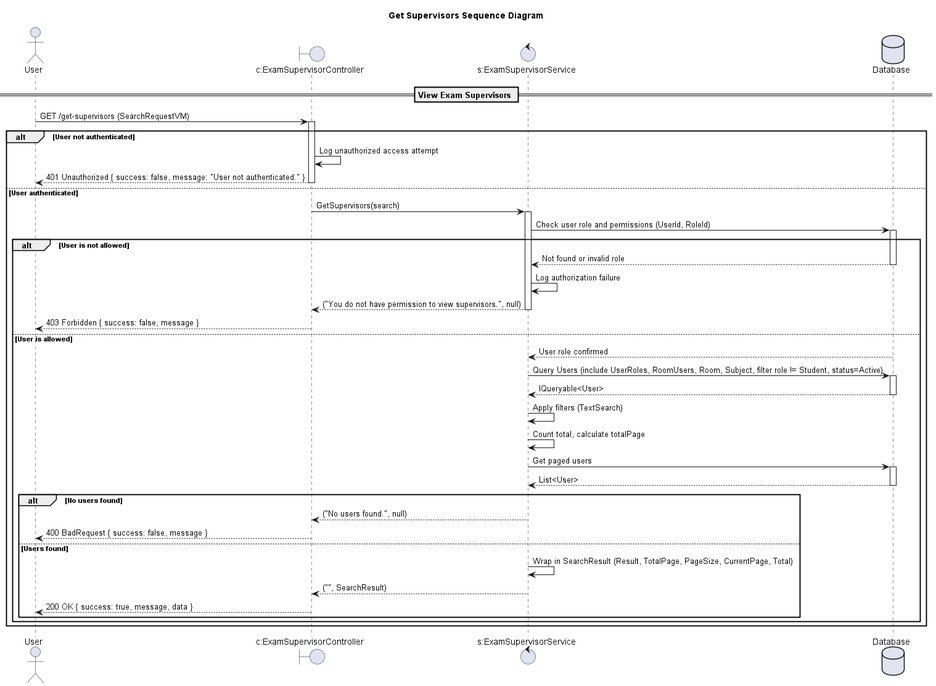
conghoan1211/AI-Kiosk-Testing-system keeps this PlantUML diagram as design/out/getsupervisorssequencediagram/getsupervisorssequencediagram.png. Above is the earlier version. Source of this version:
```plantuml
@startuml

title Get Supervisors Sequence Diagram

actor "User" as Client
boundary "c:ExamSupervisorController" as Controller
control "s:ExamSupervisorService" as Service
database "Database" as DB

== View Exam Supervisors ==

Client -> Controller: GET /get-supervisors (SearchRequestVM)
activate Controller

alt User not authenticated
    Controller -> Controller: Log unauthorized access attempt
    Controller --> Client: 401 Unauthorized { success: false, message: "User not authenticated." }
    deactivate Controller
else User authenticated
    Controller -> Service: GetSupervisors(search)
    activate Service

    Service -> DB: Check user role and permissions (UserId, RoleId)
    activate DB
    alt User is not allowed
        DB --> Service: Not found or invalid role
        deactivate DB
        Service -> Service: Log authorization failure
        Service --> Controller: ("You do not have permission to view supervisors.", null)
        deactivate Service
        Controller --> Client: 403 Forbidden { success: false, message }
        deactivate Controller
    else User is allowed
        DB --> Service: User role confirmed
        deactivate DB

        Service -> DB: Query Users (include UserRoles, RoomUsers, Room, Subject, filter role != Student, status=Active)
        activate DB
        DB --> Service: IQueryable<User>
        deactivate DB

        Service -> Service: Apply filters (TextSearch)
        Service -> Service: Count total, calculate totalPage
        Service -> DB: Get paged users
        activate DB
        DB --> Service: List<User>
        deactivate DB

        alt No users found
            Service --> Controller: ("No users found.", null)
            deactivate Service
            Controller --> Client: 400 BadRequest { success: false, message }
            deactivate Controller
        else Users found
            Service -> Service: Wrap in SearchResult (Result, TotalPage, PageSize, CurrentPage, Total)
            Service --> Controller: ("", SearchResult)
            deactivate Service
            Controller --> Client: 200 OK { success: true, message, data }
            deactivate Controller
        end alt
    end alt
end alt

@enduml
```
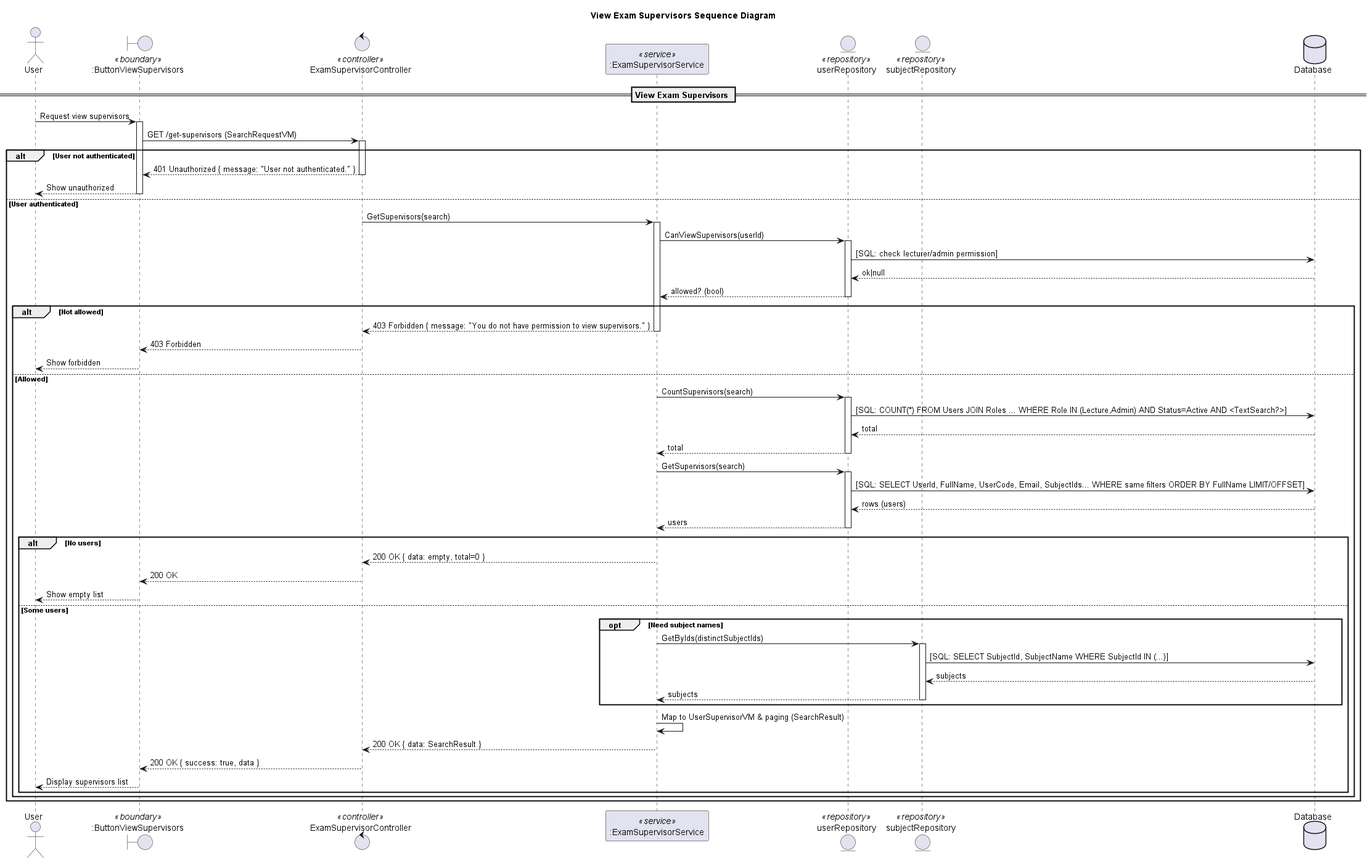
The same file after the commit.

Change to the diagram source:
```diff
@@ -1,64 +1,86 @@
 @startuml
-
-title Get Supervisors Sequence Diagram
+title View Exam Supervisors Sequence Diagram
 
 actor "User" as Client
-boundary "c:ExamSupervisorController" as Controller
-control "s:ExamSupervisorService" as Service
+boundary ":ButtonViewSupervisors" as UI <<boundary>>
+control "ExamSupervisorController" as Controller <<controller>>
+participant ":ExamSupervisorService" as Service <<service>>
+
+entity "userRepository" as UserRepo <<repository>>
+entity "subjectRepository" as SubjRepo <<repository>>
+
 database "Database" as DB
 
 == View Exam Supervisors ==
 
-Client -> Controller: GET /get-supervisors (SearchRequestVM)
+Client -> UI: Request view supervisors
+activate UI
+UI -> Controller: GET /get-supervisors (SearchRequestVM)
 activate Controller
 
 alt User not authenticated
-    Controller -> Controller: Log unauthorized access attempt
-    Controller --> Client: 401 Unauthorized { success: false, message: "User not authenticated." }
+  Controller --> UI: 401 Unauthorized { message: "User not authenticated." }
+  deactivate Controller
+  UI --> Client: Show unauthorized
+  deactivate UI
+else User authenticated
+  Controller -> Service: GetSupervisors(search)
+  activate Service
+
+  Service -> UserRepo: CanViewSupervisors(userId)
+  activate UserRepo
+  UserRepo -> DB: [SQL: check lecturer/admin permission]
+  DB --> UserRepo: ok|null
+  UserRepo --> Service: allowed? (bool)
+  deactivate UserRepo
+
+  alt Not allowed
+    Service --> Controller: 403 Forbidden { message: "You do not have permission to view supervisors." }
+    deactivate Service
+    Controller --> UI: 403 Forbidden
     deactivate Controller
-else User authenticated
-    Controller -> Service: GetSupervisors(search)
-    activate Service
+    UI --> Client: Show forbidden
+    deactivate UI
+  else Allowed
+    Service -> UserRepo: CountSupervisors(search)
+    activate UserRepo
+    UserRepo -> DB: [SQL: COUNT(*) FROM Users JOIN Roles ... WHERE Role IN (Lecture,Admin) AND Status=Active AND <TextSearch?>]
+    DB --> UserRepo: total
+    UserRepo --> Service: total
+    deactivate UserRepo
 
-    Service -> DB: Check user role and permissions (UserId, RoleId)
-    activate DB
-    alt User is not allowed
-        DB --> Service: Not found or invalid role
-        deactivate DB
-        Service -> Service: Log authorization failure
-        Service --> Controller: ("You do not have permission to view supervisors.", null)
-        deactivate Service
-        Controller --> Client: 403 Forbidden { success: false, message }
-        deactivate Controller
-    else User is allowed
-        DB --> Service: User role confirmed
-        deactivate DB
+    Service -> UserRepo: GetSupervisors(search)
+    activate UserRepo
+    UserRepo -> DB: [SQL: SELECT UserId, FullName, UserCode, Email, SubjectIds... WHERE same filters ORDER BY FullName LIMIT/OFFSET]
+    DB --> UserRepo: rows (users)
+    UserRepo --> Service: users
+    deactivate UserRepo
 
-        Service -> DB: Query Users (include UserRoles, RoomUsers, Room, Subject, filter role != Student, status=Active)
-        activate DB
-        DB --> Service: IQueryable<User>
-        deactivate DB
+    alt No users
+      Service --> Controller: 200 OK { data: empty, total=0 }
+      deactivate Service
+      Controller --> UI: 200 OK
+      deactivate Controller
+      UI --> Client: Show empty list
+      deactivate UI
+    else Some users
+      opt Need subject names
+        Service -> SubjRepo: GetByIds(distinctSubjectIds)
+        activate SubjRepo
+        SubjRepo -> DB: [SQL: SELECT SubjectId, SubjectName WHERE SubjectId IN (...)]
+        DB --> SubjRepo: subjects
+        SubjRepo --> Service: subjects
+        deactivate SubjRepo
+      end opt
 
-        Service -> Service: Apply filters (TextSearch)
-        Service -> Service: Count total, calculate totalPage
-        Service -> DB: Get paged users
-        activate DB
-        DB --> Service: List<User>
-        deactivate DB
-
-        alt No users found
-            Service --> Controller: ("No users found.", null)
-            deactivate Service
-            Controller --> Client: 400 BadRequest { success: false, message }
-            deactivate Controller
-        else Users found
-            Service -> Service: Wrap in SearchResult (Result, TotalPage, PageSize, CurrentPage, Total)
-            Service --> Controller: ("", SearchResult)
-            deactivate Service
-            Controller --> Client: 200 OK { success: true, message, data }
-            deactivate Controller
-        end alt
+      Service -> Service: Map to UserSupervisorVM & paging (SearchResult)
+      Service --> Controller: 200 OK { data: SearchResult }
+      deactivate Service
+      Controller --> UI: 200 OK { success: true, data }
+      deactivate Controller
+      UI --> Client: Display supervisors list
+      deactivate UI
     end alt
+  end alt
 end alt
-
 @enduml
```
